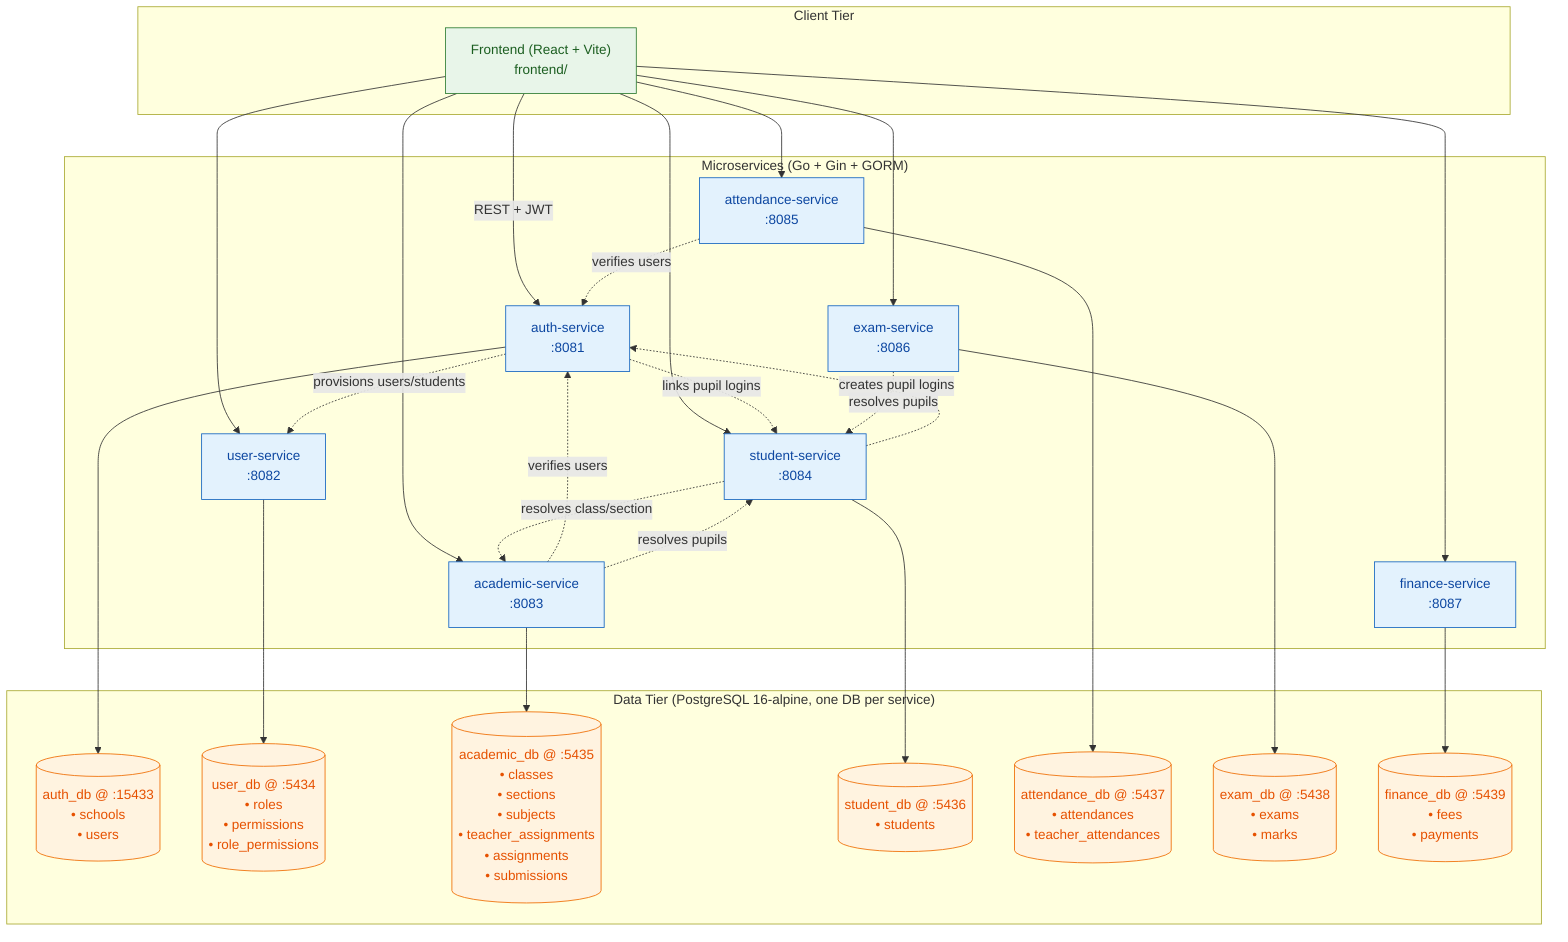
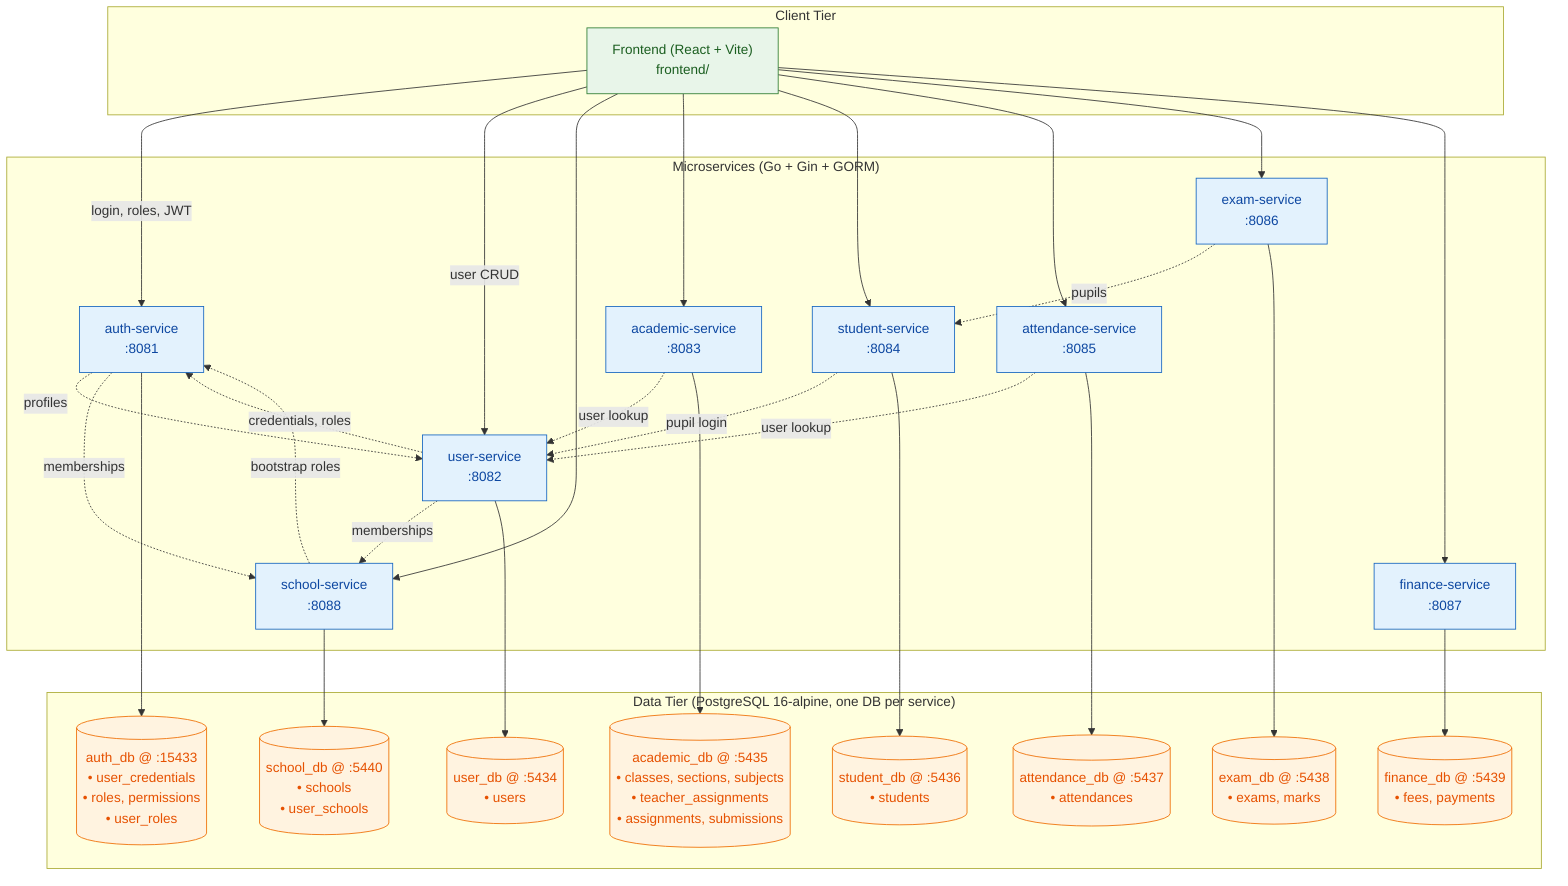
flowchart TB
-     %% ──────────── Client tier ────────────
    subgraph Client["Client Tier"]
        FE["Frontend (React + Vite)<br/>frontend/"]
    end

-     %% ──────────── Service tier ────────────
    subgraph Services["Microservices (Go + Gin + GORM)"]
        AUTH["auth-service<br/>:8081"]
        USER["user-service<br/>:8082"]
+         SCHOOL["school-service<br/>:8088"]
        ACAD["academic-service<br/>:8083"]
        STU["student-service<br/>:8084"]
        ATT["attendance-service<br/>:8085"]
        EXAM["exam-service<br/>:8086"]
        FIN["finance-service<br/>:8087"]
    end

-     %% ──────────── Data tier ────────────
    subgraph Data["Data Tier (PostgreSQL 16-alpine, one DB per service)"]
-         AUTHDB[("auth_db @ :15433<br/>• schools<br/>• users")]
-         USERDB[("user_db @ :5434<br/>• roles<br/>• permissions<br/>• role_permissions")]
-         ACADDB[("academic_db @ :5435<br/>• classes<br/>• sections<br/>• subjects<br/>• teacher_assignments<br/>• assignments<br/>• submissions")]
+         AUTHDB[("auth_db @ :15433<br/>• user_credentials<br/>• roles, permissions<br/>• user_roles")]
+         USERDB[("user_db @ :5434<br/>• users")]
+         SCHOOLDB[("school_db @ :5440<br/>• schools<br/>• user_schools")]
+         ACADDB[("academic_db @ :5435<br/>• classes, sections, subjects<br/>• teacher_assignments<br/>• assignments, submissions")]
        STUDB[("student_db @ :5436<br/>• students")]
-         ATTDB[("attendance_db @ :5437<br/>• attendances<br/>• teacher_attendances")]
-         EXAMDB[("exam_db @ :5438<br/>• exams<br/>• marks")]
-         FINDB[("finance_db @ :5439<br/>• fees<br/>• payments")]
+         ATTDB[("attendance_db @ :5437<br/>• attendances")]
+         EXAMDB[("exam_db @ :5438<br/>• exams, marks")]
+         FINDB[("finance_db @ :5439<br/>• fees, payments")]
    end

-     %% Frontend → services
-     FE -- "REST + JWT" --> AUTH
-     FE --> USER
+     FE -- "login, roles, JWT" --> AUTH
+     FE -- "user CRUD" --> USER
+     FE --> SCHOOL
    FE --> ACAD
    FE --> STU
    FE --> ATT
    FE --> EXAM
    FE --> FIN

-     %% Service ↔ service (internal token)
-     AUTH -. provisions users/students .-> USER
-     AUTH -. links pupil logins .-> STU
-     ACAD -. verifies users .-> AUTH
-     ACAD -. resolves pupils .-> STU
-     STU  -. creates pupil logins .-> AUTH
-     STU  -. resolves class/section .-> ACAD
-     ATT  -. verifies users .-> AUTH
-     EXAM -. resolves pupils .-> STU
+     AUTH -. profiles .-> USER
+     AUTH -. memberships .-> SCHOOL
+     USER -. credentials, roles .-> AUTH
+     USER -. memberships .-> SCHOOL
+     SCHOOL -. bootstrap roles .-> AUTH
+     ACAD -. user lookup .-> USER
+     STU -. pupil login .-> USER
+     ATT -. user lookup .-> USER
+     EXAM -. pupils .-> STU

-     %% Service → own DB
    AUTH --> AUTHDB
    USER --> USERDB
+     SCHOOL --> SCHOOLDB
    ACAD --> ACADDB
-     STU  --> STUDB
-     ATT  --> ATTDB
+     STU --> STUDB
+     ATT --> ATTDB
    EXAM --> EXAMDB
-     FIN  --> FINDB
+     FIN --> FINDB

    classDef svc fill:#e3f2fd,stroke:#1565c0,color:#0d47a1;
-     classDef db  fill:#fff3e0,stroke:#ef6c00,color:#e65100;
-     classDef fe  fill:#e8f5e9,stroke:#2e7d32,color:#1b5e20;
-     class AUTH,USER,ACAD,STU,ATT,EXAM,FIN svc;
-     class AUTHDB,USERDB,ACADDB,STUDB,ATTDB,EXAMDB,FINDB db;
+     classDef db fill:#fff3e0,stroke:#ef6c00,color:#e65100;
+     classDef fe fill:#e8f5e9,stroke:#2e7d32,color:#1b5e20;
+     class AUTH,USER,SCHOOL,ACAD,STU,ATT,EXAM,FIN svc;
+     class AUTHDB,USERDB,SCHOOLDB,ACADDB,STUDB,ATTDB,EXAMDB,FINDB db;
    class FE fe;
